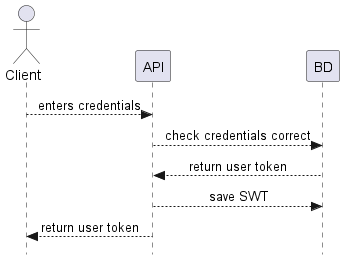
The PlantUML diagram images/Login diagram.png in Arquisoft/wiq_en2b, before a commit.
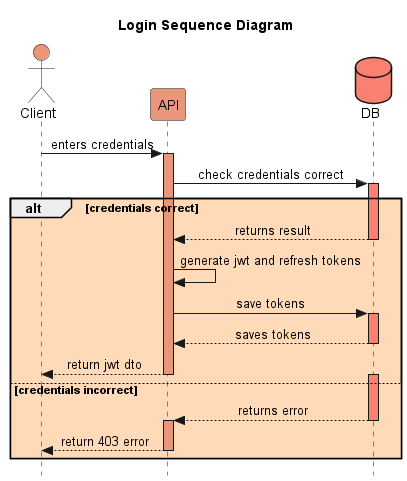
The same diagram one commit later.

Change to the diagram source:
```diff
@@ -1,13 +1,33 @@
 @startuml login
-
-actor Client
+title Login Sequence Diagram
+actor Client #darksalmon
+participant API #darksalmon
+database DB #salmon
 skinparam Style strictuml
 skinparam SequenceMessageAlignment center
 
-Client --> API : enters credentials
-API --> BD     : check credentials correct
-BD --> API     : return user token
-API --> BD     : save SWT
-API --> Client : return user token
+Client -> API : enters credentials
+activate API #darksalmon
+API -> DB    : check credentials correct
+alt #PeachPuff credentials correct
+    activate DB #salmon
+    DB --> API     : returns result
+    deactivate DB
+    API -> API : generate jwt and refresh tokens
+    API -> DB    : save tokens
+    activate DB #salmon
+    DB --> API     : saves tokens
+    deactivate DB
+    API --> Client : return jwt dto
+    deactivate API
+else credentials incorrect
+    activate DB #salmon
+    DB --> API     : returns error
+    deactivate DB
+    activate API #darksalmon
+    API --> Client : return 403 error
+    deactivate API
+end
+
 
 @enduml
```
